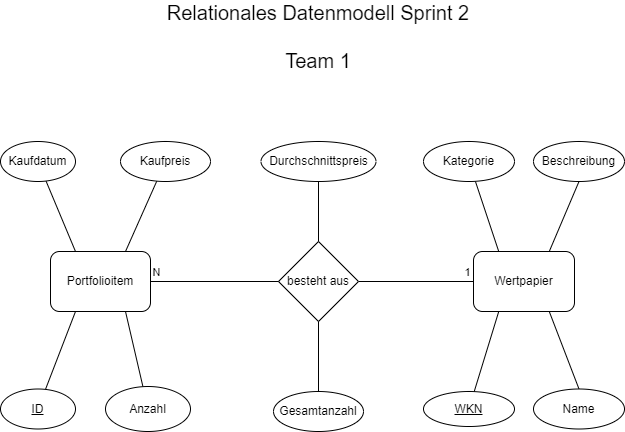
VakZok/financial_assets_portfolio keeps this draw.io diagram as ER Diagram Sprint2 Team1.png. Above is the earlier version. Source tidied: cells renumbered, new cells last; positions are measured from the earlier drawing's top-left corner, leaving out a move shared by most shapes. The source it was exported from:
```xml
<mxGraphModel>
  <root>
    <mxCell id="0" />
    <mxCell id="1" parent="0" />
    <mxCell id="2" style="rounded=0;jettySize=auto;html=1;exitX=0.75;exitY=0;exitDx=0;exitDy=0;entryX=0.5;entryY=1;entryDx=0;entryDy=0;endArrow=none;endFill=0;" parent="1" edge="1" source="3" target="17">
      <mxGeometry relative="1" as="geometry" />
    </mxCell>
    <mxCell id="3" value="Wertpapier" style="rounded=1;whiteSpace=wrap;html=1;" parent="1" vertex="1">
      <mxGeometry x="473" y="230" width="101" height="60" as="geometry" />
    </mxCell>
    <mxCell id="4" style="edgeStyle=orthogonalEdgeStyle;rounded=0;jettySize=auto;html=1;entryX=0;entryY=0.5;entryDx=0;entryDy=0;endArrow=none;endFill=0;exitX=1;exitY=0.5;exitDx=0;exitDy=0;" parent="1" edge="1" source="8" target="3">
      <mxGeometry relative="1" as="geometry" />
    </mxCell>
    <mxCell id="5" value="1" style="edgeLabel;html=1;align=center;verticalAlign=middle;" parent="4" vertex="1">
      <mxGeometry x="0.16" y="-1" relative="1" as="geometry">
        <mxPoint x="42" y="-11" as="offset" />
      </mxGeometry>
    </mxCell>
    <mxCell id="6" style="edgeStyle=orthogonalEdgeStyle;rounded=0;jettySize=auto;html=1;entryX=1;entryY=0.5;entryDx=0;entryDy=0;endArrow=none;endFill=0;" parent="1" edge="1" source="8">
      <mxGeometry relative="1" as="geometry">
        <mxPoint x="198" y="260" as="targetPoint" />
      </mxGeometry>
    </mxCell>
    <mxCell id="7" value="N" style="edgeLabel;html=1;align=center;verticalAlign=middle;" parent="6" vertex="1">
      <mxGeometry x="0.02" y="-2" relative="1" as="geometry">
        <mxPoint x="-82" y="-8" as="offset" />
      </mxGeometry>
    </mxCell>
    <mxCell id="8" value="besteht aus" style="rhombus;whiteSpace=wrap;html=1;" parent="1" vertex="1">
      <mxGeometry x="278" y="220" width="80" height="80" as="geometry" />
    </mxCell>
    <mxCell id="9" style="rounded=0;jettySize=auto;html=1;entryX=0.25;entryY=1;entryDx=0;entryDy=0;endArrow=none;endFill=0;" parent="1" edge="1" source="10" target="3">
      <mxGeometry relative="1" as="geometry" />
    </mxCell>
    <mxCell id="10" value="&lt;u&gt;WKN&lt;/u&gt;" style="ellipse;whiteSpace=wrap;html=1;" parent="1" vertex="1">
      <mxGeometry x="423" y="370" width="91" height="35" as="geometry" />
    </mxCell>
    <mxCell id="11" style="rounded=0;jettySize=auto;html=1;exitX=0.5;exitY=0;exitDx=0;exitDy=0;entryX=0.75;entryY=1;entryDx=0;entryDy=0;endArrow=none;endFill=0;" parent="1" edge="1" source="12" target="3">
      <mxGeometry relative="1" as="geometry" />
    </mxCell>
    <mxCell id="12" value="Name" style="ellipse;whiteSpace=wrap;html=1;" parent="1" vertex="1">
      <mxGeometry x="533" y="367.5" width="91" height="40" as="geometry" />
    </mxCell>
    <mxCell id="13" style="edgeStyle=orthogonalEdgeStyle;rounded=0;jettySize=auto;html=1;exitX=1;exitY=0.5;exitDx=0;exitDy=0;entryX=0;entryY=0.5;entryDx=0;entryDy=0;endArrow=none;endFill=0;" parent="1" edge="1" source="14" target="8">
      <mxGeometry relative="1" as="geometry" />
    </mxCell>
    <mxCell id="14" value="Portfolioitem" style="rounded=1;whiteSpace=wrap;html=1;" parent="1" vertex="1">
      <mxGeometry x="50" y="230" width="100" height="60" as="geometry" />
    </mxCell>
    <mxCell id="15" style="rounded=0;jettySize=auto;html=1;entryX=0.75;entryY=0;entryDx=0;entryDy=0;endArrow=none;endFill=0;strokeColor=#000000;" parent="1" edge="1" source="16" target="14">
      <mxGeometry relative="1" as="geometry" />
    </mxCell>
    <mxCell id="16" value="Kaufpreis" style="ellipse;whiteSpace=wrap;html=1;" parent="1" vertex="1">
      <mxGeometry x="120" y="120" width="90" height="40" as="geometry" />
    </mxCell>
    <mxCell id="17" value="Beschreibung" style="ellipse;whiteSpace=wrap;html=1;" parent="1" vertex="1">
      <mxGeometry x="533" y="120" width="91" height="40" as="geometry" />
    </mxCell>
    <mxCell id="18" style="rounded=0;jettySize=auto;html=1;entryX=0.25;entryY=0;entryDx=0;entryDy=0;endArrow=none;endFill=0;" parent="1" edge="1" source="19" target="3">
      <mxGeometry relative="1" as="geometry" />
    </mxCell>
    <mxCell id="19" value="Kategorie" style="ellipse;whiteSpace=wrap;html=1;" parent="1" vertex="1">
      <mxGeometry x="423" y="120" width="91" height="40" as="geometry" />
    </mxCell>
    <mxCell id="20" style="rounded=0;jettySize=auto;html=1;entryX=0.25;entryY=0;entryDx=0;entryDy=0;endArrow=none;endFill=0;" parent="1" edge="1" source="21" target="14">
      <mxGeometry relative="1" as="geometry" />
    </mxCell>
    <mxCell id="21" value="Kaufdatum" style="ellipse;whiteSpace=wrap;html=1;" parent="1" vertex="1">
      <mxGeometry y="120" width="75" height="40" as="geometry" />
    </mxCell>
    <mxCell id="22" style="rounded=0;jettySize=auto;html=1;entryX=0.25;entryY=1;entryDx=0;entryDy=0;endArrow=none;endFill=0;" parent="1" edge="1" source="23" target="14">
      <mxGeometry relative="1" as="geometry" />
    </mxCell>
    <mxCell id="23" value="&lt;u&gt;ID&lt;/u&gt;" style="ellipse;whiteSpace=wrap;html=1;" parent="1" vertex="1">
      <mxGeometry y="367.5" width="75" height="40" as="geometry" />
    </mxCell>
    <mxCell id="24" style="rounded=0;jettySize=auto;html=1;entryX=0.75;entryY=1;entryDx=0;entryDy=0;endArrow=none;endFill=0;" parent="1" edge="1" source="25" target="14">
      <mxGeometry relative="1" as="geometry" />
    </mxCell>
    <mxCell id="25" value="Anzahl" style="ellipse;whiteSpace=wrap;html=1;" parent="1" vertex="1">
      <mxGeometry x="105" y="365" width="85" height="45" as="geometry" />
    </mxCell>
    <mxCell id="26" value="&lt;div&gt;Relationales Datenmodell Sprint 2&lt;/div&gt;&lt;div&gt;&lt;br&gt;&lt;/div&gt;&lt;div&gt;Team 1&lt;/div&gt;" style="text;html=1;strokeColor=none;fillColor=none;align=center;verticalAlign=middle;whiteSpace=wrap;rounded=0;fontSize=20;" parent="1" vertex="1">
      <mxGeometry x="148" width="340" height="30" as="geometry" />
    </mxCell>
    <mxCell id="27" value="Gesamtanzahl" style="ellipse;whiteSpace=wrap;html=1;" parent="1" vertex="1">
      <mxGeometry x="273" y="370" width="90" height="40" as="geometry" />
    </mxCell>
    <mxCell id="28" value="Durchschnittspreis" style="ellipse;whiteSpace=wrap;html=1;" parent="1" vertex="1">
      <mxGeometry x="260.5" y="120" width="115" height="40" as="geometry" />
    </mxCell>
    <mxCell id="29" style="endArrow=none;html=1;rounded=0;exitX=0.5;exitY=0;exitDx=0;exitDy=0;entryX=0.5;entryY=1;entryDx=0;entryDy=0;" parent="1" edge="1" source="8" target="28">
      <mxGeometry relative="1" as="geometry" />
    </mxCell>
    <mxCell id="30" style="endArrow=none;html=1;rounded=0;exitX=0.5;exitY=0;exitDx=0;exitDy=0;entryX=0.5;entryY=1;entryDx=0;entryDy=0;" parent="1" edge="1" source="27" target="8">
      <mxGeometry relative="1" as="geometry" />
    </mxCell>
  </root>
</mxGraphModel>
```
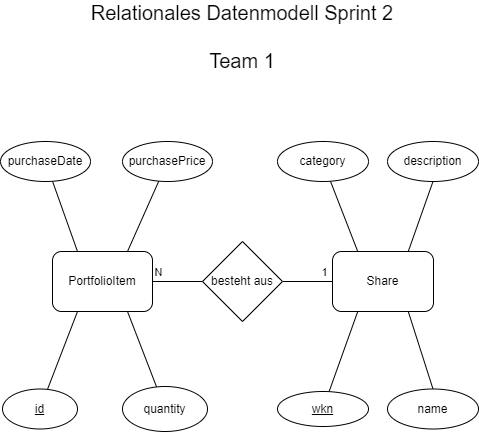
After the commit.

Diff of the diagram source:
```diff
@@ -5,15 +5,15 @@
     <mxCell id="2" style="rounded=0;jettySize=auto;html=1;exitX=0.75;exitY=0;exitDx=0;exitDy=0;entryX=0.5;entryY=1;entryDx=0;entryDy=0;endArrow=none;endFill=0;" parent="1" edge="1" source="3" target="17">
       <mxGeometry relative="1" as="geometry" />
     </mxCell>
-    <mxCell id="3" value="Wertpapier" style="rounded=1;whiteSpace=wrap;html=1;" parent="1" vertex="1">
-      <mxGeometry x="473" y="230" width="101" height="60" as="geometry" />
+    <mxCell id="3" value="Share" style="rounded=1;whiteSpace=wrap;html=1;" parent="1" vertex="1">
+      <mxGeometry x="408" y="230" width="101" height="60" as="geometry" />
     </mxCell>
     <mxCell id="4" style="edgeStyle=orthogonalEdgeStyle;rounded=0;jettySize=auto;html=1;entryX=0;entryY=0.5;entryDx=0;entryDy=0;endArrow=none;endFill=0;exitX=1;exitY=0.5;exitDx=0;exitDy=0;" parent="1" edge="1" source="8" target="3">
       <mxGeometry relative="1" as="geometry" />
     </mxCell>
     <mxCell id="5" value="1" style="edgeLabel;html=1;align=center;verticalAlign=middle;" parent="4" vertex="1">
       <mxGeometry x="0.16" y="-1" relative="1" as="geometry">
-        <mxPoint x="42" y="-11" as="offset" />
+        <mxPoint x="12" y="-11" as="offset" />
       </mxGeometry>
     </mxCell>
     <mxCell id="6" style="edgeStyle=orthogonalEdgeStyle;rounded=0;jettySize=auto;html=1;entryX=1;entryY=0.5;entryDx=0;entryDy=0;endArrow=none;endFill=0;" parent="1" edge="1" source="8">
@@ -23,7 +23,7 @@
     </mxCell>
     <mxCell id="7" value="N" style="edgeLabel;html=1;align=center;verticalAlign=middle;" parent="6" vertex="1">
       <mxGeometry x="0.02" y="-2" relative="1" as="geometry">
-        <mxPoint x="-82" y="-8" as="offset" />
+        <mxPoint x="-4" y="-8" as="offset" />
       </mxGeometry>
     </mxCell>
     <mxCell id="8" value="besteht aus" style="rhombus;whiteSpace=wrap;html=1;" parent="1" vertex="1">
@@ -32,68 +32,56 @@
     <mxCell id="9" style="rounded=0;jettySize=auto;html=1;entryX=0.25;entryY=1;entryDx=0;entryDy=0;endArrow=none;endFill=0;" parent="1" edge="1" source="10" target="3">
       <mxGeometry relative="1" as="geometry" />
     </mxCell>
-    <mxCell id="10" value="&lt;u&gt;WKN&lt;/u&gt;" style="ellipse;whiteSpace=wrap;html=1;" parent="1" vertex="1">
-      <mxGeometry x="423" y="370" width="91" height="35" as="geometry" />
+    <mxCell id="10" value="&lt;u&gt;wkn&lt;/u&gt;" style="ellipse;whiteSpace=wrap;html=1;" parent="1" vertex="1">
+      <mxGeometry x="353" y="370" width="91" height="35" as="geometry" />
     </mxCell>
     <mxCell id="11" style="rounded=0;jettySize=auto;html=1;exitX=0.5;exitY=0;exitDx=0;exitDy=0;entryX=0.75;entryY=1;entryDx=0;entryDy=0;endArrow=none;endFill=0;" parent="1" edge="1" source="12" target="3">
       <mxGeometry relative="1" as="geometry" />
     </mxCell>
-    <mxCell id="12" value="Name" style="ellipse;whiteSpace=wrap;html=1;" parent="1" vertex="1">
-      <mxGeometry x="533" y="367.5" width="91" height="40" as="geometry" />
+    <mxCell id="12" value="name" style="ellipse;whiteSpace=wrap;html=1;" parent="1" vertex="1">
+      <mxGeometry x="463" y="367.5" width="91" height="40" as="geometry" />
     </mxCell>
     <mxCell id="13" style="edgeStyle=orthogonalEdgeStyle;rounded=0;jettySize=auto;html=1;exitX=1;exitY=0.5;exitDx=0;exitDy=0;entryX=0;entryY=0.5;entryDx=0;entryDy=0;endArrow=none;endFill=0;" parent="1" edge="1" source="14" target="8">
       <mxGeometry relative="1" as="geometry" />
     </mxCell>
-    <mxCell id="14" value="Portfolioitem" style="rounded=1;whiteSpace=wrap;html=1;" parent="1" vertex="1">
-      <mxGeometry x="50" y="230" width="100" height="60" as="geometry" />
+    <mxCell id="14" value="PortfolioItem" style="rounded=1;whiteSpace=wrap;html=1;" parent="1" vertex="1">
+      <mxGeometry x="128" y="230" width="100" height="60" as="geometry" />
     </mxCell>
     <mxCell id="15" style="rounded=0;jettySize=auto;html=1;entryX=0.75;entryY=0;entryDx=0;entryDy=0;endArrow=none;endFill=0;strokeColor=#000000;" parent="1" edge="1" source="16" target="14">
       <mxGeometry relative="1" as="geometry" />
     </mxCell>
-    <mxCell id="16" value="Kaufpreis" style="ellipse;whiteSpace=wrap;html=1;" parent="1" vertex="1">
-      <mxGeometry x="120" y="120" width="90" height="40" as="geometry" />
+    <mxCell id="16" value="purchasePrice" style="ellipse;whiteSpace=wrap;html=1;" parent="1" vertex="1">
+      <mxGeometry x="198" y="120" width="90" height="40" as="geometry" />
     </mxCell>
-    <mxCell id="17" value="Beschreibung" style="ellipse;whiteSpace=wrap;html=1;" parent="1" vertex="1">
-      <mxGeometry x="533" y="120" width="91" height="40" as="geometry" />
+    <mxCell id="17" value="description" style="ellipse;whiteSpace=wrap;html=1;" parent="1" vertex="1">
+      <mxGeometry x="463" y="120" width="91" height="40" as="geometry" />
     </mxCell>
     <mxCell id="18" style="rounded=0;jettySize=auto;html=1;entryX=0.25;entryY=0;entryDx=0;entryDy=0;endArrow=none;endFill=0;" parent="1" edge="1" source="19" target="3">
       <mxGeometry relative="1" as="geometry" />
     </mxCell>
-    <mxCell id="19" value="Kategorie" style="ellipse;whiteSpace=wrap;html=1;" parent="1" vertex="1">
-      <mxGeometry x="423" y="120" width="91" height="40" as="geometry" />
+    <mxCell id="19" value="category" style="ellipse;whiteSpace=wrap;html=1;" parent="1" vertex="1">
+      <mxGeometry x="353" y="120" width="91" height="40" as="geometry" />
     </mxCell>
     <mxCell id="20" style="rounded=0;jettySize=auto;html=1;entryX=0.25;entryY=0;entryDx=0;entryDy=0;endArrow=none;endFill=0;" parent="1" edge="1" source="21" target="14">
       <mxGeometry relative="1" as="geometry" />
     </mxCell>
-    <mxCell id="21" value="Kaufdatum" style="ellipse;whiteSpace=wrap;html=1;" parent="1" vertex="1">
-      <mxGeometry y="120" width="75" height="40" as="geometry" />
+    <mxCell id="21" value="purchaseDate" style="ellipse;whiteSpace=wrap;html=1;" parent="1" vertex="1">
+      <mxGeometry x="76" y="120" width="90" height="40" as="geometry" />
     </mxCell>
     <mxCell id="22" style="rounded=0;jettySize=auto;html=1;entryX=0.25;entryY=1;entryDx=0;entryDy=0;endArrow=none;endFill=0;" parent="1" edge="1" source="23" target="14">
       <mxGeometry relative="1" as="geometry" />
     </mxCell>
-    <mxCell id="23" value="&lt;u&gt;ID&lt;/u&gt;" style="ellipse;whiteSpace=wrap;html=1;" parent="1" vertex="1">
-      <mxGeometry y="367.5" width="75" height="40" as="geometry" />
+    <mxCell id="23" value="&lt;u&gt;id&lt;/u&gt;" style="ellipse;whiteSpace=wrap;html=1;" parent="1" vertex="1">
+      <mxGeometry x="78" y="367.5" width="75" height="40" as="geometry" />
     </mxCell>
     <mxCell id="24" style="rounded=0;jettySize=auto;html=1;entryX=0.75;entryY=1;entryDx=0;entryDy=0;endArrow=none;endFill=0;" parent="1" edge="1" source="25" target="14">
       <mxGeometry relative="1" as="geometry" />
     </mxCell>
-    <mxCell id="25" value="Anzahl" style="ellipse;whiteSpace=wrap;html=1;" parent="1" vertex="1">
-      <mxGeometry x="105" y="365" width="85" height="45" as="geometry" />
+    <mxCell id="25" value="quantity" style="ellipse;whiteSpace=wrap;html=1;" parent="1" vertex="1">
+      <mxGeometry x="198" y="365" width="85" height="45" as="geometry" />
     </mxCell>
     <mxCell id="26" value="&lt;div&gt;Relationales Datenmodell Sprint 2&lt;/div&gt;&lt;div&gt;&lt;br&gt;&lt;/div&gt;&lt;div&gt;Team 1&lt;/div&gt;" style="text;html=1;strokeColor=none;fillColor=none;align=center;verticalAlign=middle;whiteSpace=wrap;rounded=0;fontSize=20;" parent="1" vertex="1">
       <mxGeometry x="148" width="340" height="30" as="geometry" />
     </mxCell>
-    <mxCell id="27" value="Gesamtanzahl" style="ellipse;whiteSpace=wrap;html=1;" parent="1" vertex="1">
-      <mxGeometry x="273" y="370" width="90" height="40" as="geometry" />
-    </mxCell>
-    <mxCell id="28" value="Durchschnittspreis" style="ellipse;whiteSpace=wrap;html=1;" parent="1" vertex="1">
-      <mxGeometry x="260.5" y="120" width="115" height="40" as="geometry" />
-    </mxCell>
-    <mxCell id="29" style="endArrow=none;html=1;rounded=0;exitX=0.5;exitY=0;exitDx=0;exitDy=0;entryX=0.5;entryY=1;entryDx=0;entryDy=0;" parent="1" edge="1" source="8" target="28">
-      <mxGeometry relative="1" as="geometry" />
-    </mxCell>
-    <mxCell id="30" style="endArrow=none;html=1;rounded=0;exitX=0.5;exitY=0;exitDx=0;exitDy=0;entryX=0.5;entryY=1;entryDx=0;entryDy=0;" parent="1" edge="1" source="27" target="8">
-      <mxGeometry relative="1" as="geometry" />
-    </mxCell>
   </root>
 </mxGraphModel>
```
